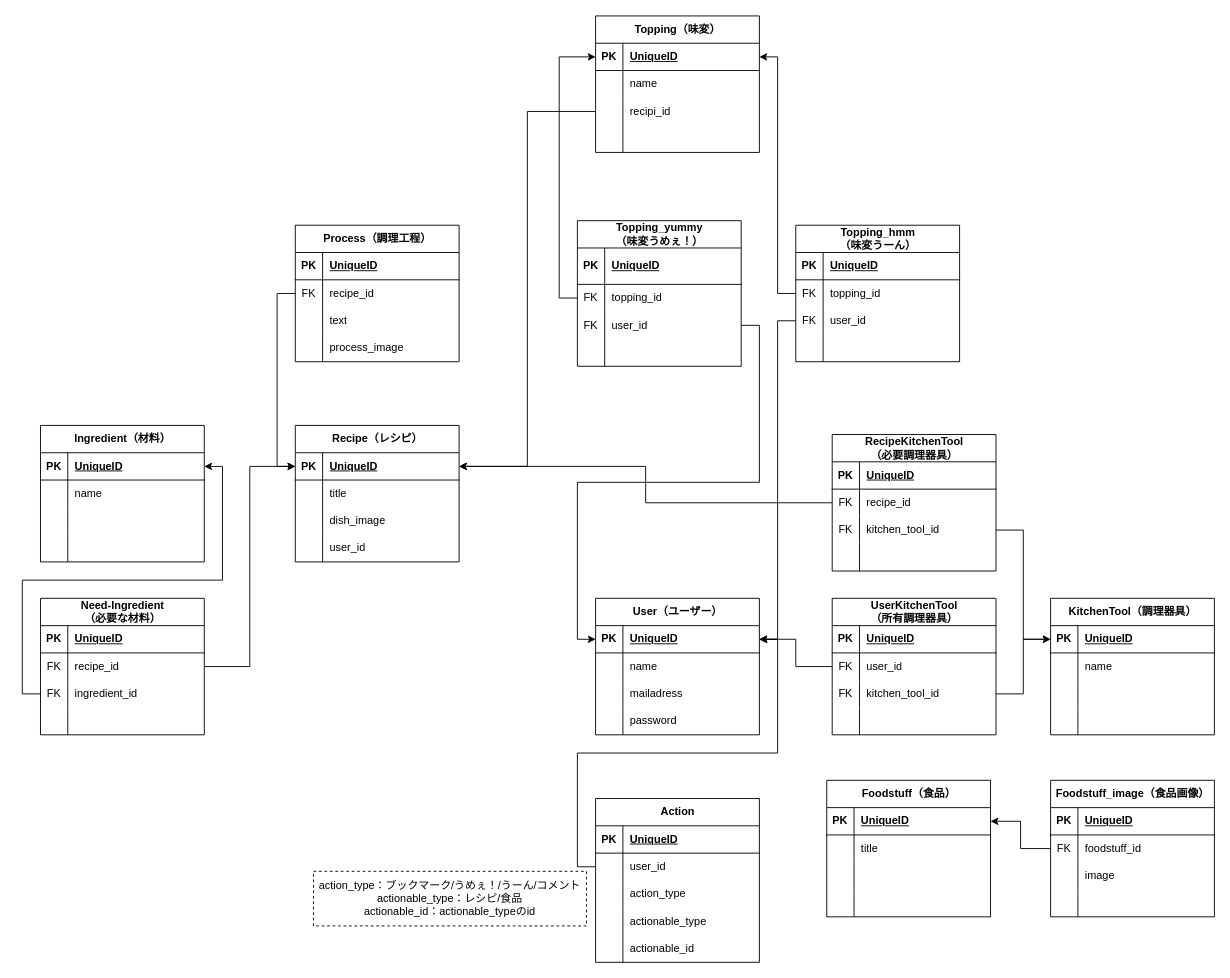
This is ER図プリモーフィック関連ver.drawio from ankoro-mochi24/portfolio, a draw.io file, before an edit. Source tidied: cells renumbered, new cells numbered last; positions are measured from the earlier drawing's top-left corner, leaving out a move shared by most shapes. Both pictures are drawn from the tidied source at 91%, with x=0, y=0 at pixel (40, 15).
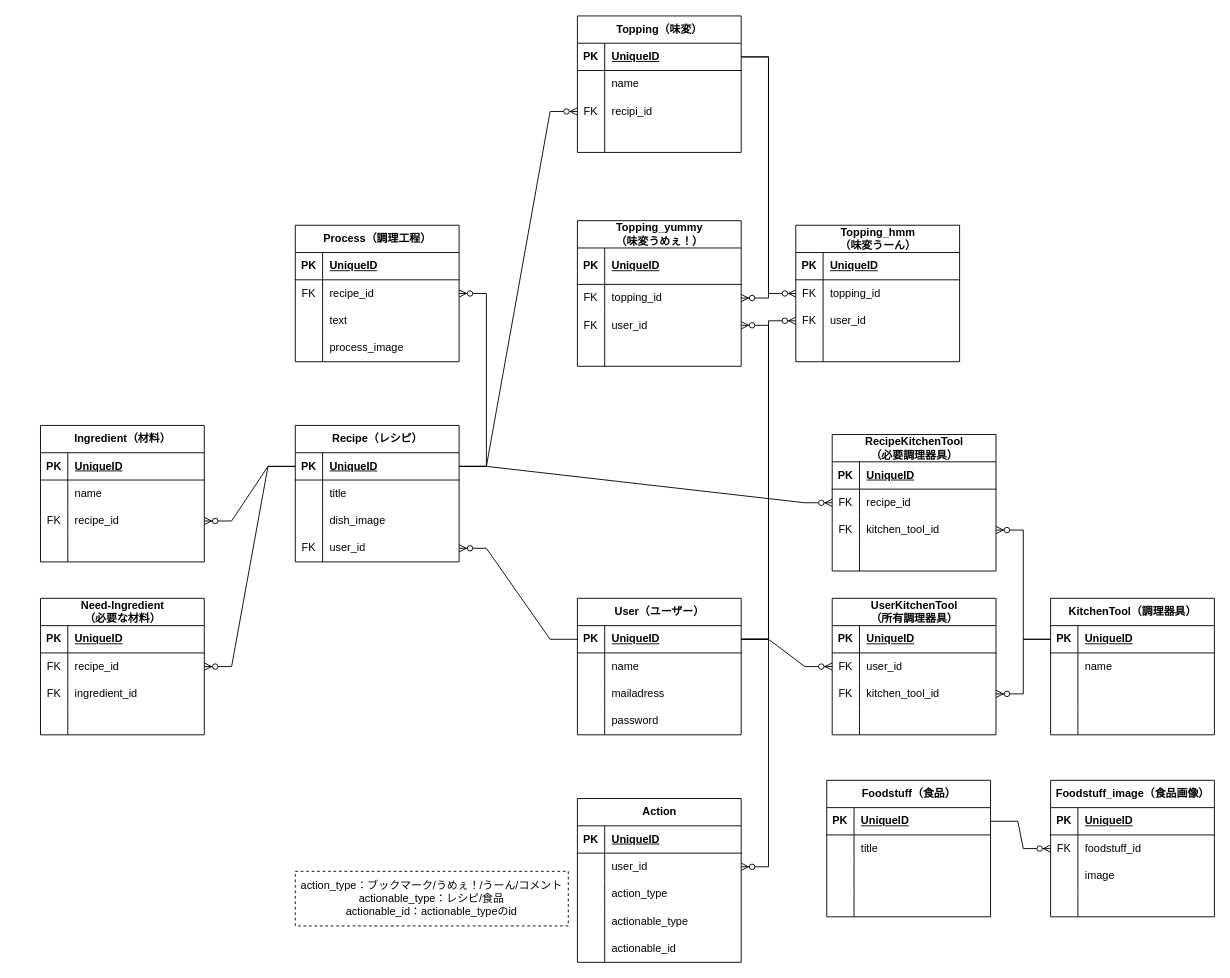
The same diagram, later.

Commit message (it also covers changes not shown here):
ER図リレーション+FK修正

The change refers to these unchanged cells:
```xml
<mxCell id="3" style="shape=tableRow;horizontal=0;startSize=0;swimlaneHead=0;swimlaneBody=0;fillColor=none;points=[[0,0.5],[1,0.5]];portConstraint=eastwest;top=0;left=0;right=0;bottom=1;" parent="2" vertex="1">
  <mxGeometry y="30" width="180" height="30" as="geometry" />
</mxCell>
<mxCell id="16" style="shape=tableRow;horizontal=0;startSize=0;swimlaneHead=0;swimlaneBody=0;fillColor=none;points=[[0,0.5],[1,0.5]];portConstraint=eastwest;top=0;left=0;right=0;bottom=1;" parent="15" vertex="1">
  <mxGeometry y="30" width="180" height="30" as="geometry" />
</mxCell>
<mxCell id="25" style="shape=tableRow;horizontal=0;startSize=0;swimlaneHead=0;swimlaneBody=0;fillColor=none;points=[[0,0.5],[1,0.5]];portConstraint=eastwest;top=0;left=0;right=0;bottom=0;" parent="15" vertex="1">
  <mxGeometry y="120" width="180" height="30" as="geometry" />
</mxCell>
<mxCell id="29" style="shape=tableRow;horizontal=0;startSize=0;swimlaneHead=0;swimlaneBody=0;fillColor=none;points=[[0,0.5],[1,0.5]];portConstraint=eastwest;top=0;left=0;right=0;bottom=1;" parent="28" vertex="1">
  <mxGeometry y="30" width="180" height="30" as="geometry" />
</mxCell>
<mxCell id="42" style="shape=tableRow;horizontal=0;startSize=0;swimlaneHead=0;swimlaneBody=0;fillColor=none;points=[[0,0.5],[1,0.5]];portConstraint=eastwest;top=0;left=0;right=0;bottom=1;" parent="41" vertex="1">
  <mxGeometry y="30" width="180" height="30" as="geometry" />
</mxCell>
<mxCell id="48" style="shape=tableRow;horizontal=0;startSize=0;swimlaneHead=0;swimlaneBody=0;fillColor=none;points=[[0,0.5],[1,0.5]];portConstraint=eastwest;top=0;left=0;right=0;bottom=0;" parent="41" vertex="1">
  <mxGeometry y="90" width="180" height="30" as="geometry" />
</mxCell>
<mxCell id="55" style="shape=tableRow;horizontal=0;startSize=0;swimlaneHead=0;swimlaneBody=0;fillColor=none;points=[[0,0.5],[1,0.5]];portConstraint=eastwest;top=0;left=0;right=0;bottom=1;" parent="54" vertex="1">
  <mxGeometry y="30" width="180" height="30" as="geometry" />
</mxCell>
<mxCell id="71" style="shape=tableRow;horizontal=0;startSize=0;swimlaneHead=0;swimlaneBody=0;fillColor=none;points=[[0,0.5],[1,0.5]];portConstraint=eastwest;top=0;left=0;right=0;bottom=0;" parent="67" vertex="1">
  <mxGeometry y="60" width="180" height="30" as="geometry" />
</mxCell>
<mxCell id="81" style="shape=tableRow;horizontal=0;startSize=0;swimlaneHead=0;swimlaneBody=0;fillColor=none;points=[[0,0.5],[1,0.5]];portConstraint=eastwest;top=0;left=0;right=0;bottom=1;" parent="80" vertex="1">
  <mxGeometry y="30" width="180" height="30" as="geometry" />
</mxCell>
<mxCell id="87" style="shape=tableRow;horizontal=0;startSize=0;swimlaneHead=0;swimlaneBody=0;fillColor=none;points=[[0,0.5],[1,0.5]];portConstraint=eastwest;top=0;left=0;right=0;bottom=0;" parent="80" vertex="1">
  <mxGeometry y="90" width="180" height="30" as="geometry" />
</mxCell>
<mxCell id="97" style="shape=tableRow;horizontal=0;startSize=0;swimlaneHead=0;swimlaneBody=0;fillColor=none;points=[[0,0.5],[1,0.5]];portConstraint=eastwest;top=0;left=0;right=0;bottom=0;" parent="93" vertex="1">
  <mxGeometry y="70" width="180" height="30" as="geometry" />
</mxCell>
<mxCell id="100" style="shape=tableRow;horizontal=0;startSize=0;swimlaneHead=0;swimlaneBody=0;fillColor=none;points=[[0,0.5],[1,0.5]];portConstraint=eastwest;top=0;left=0;right=0;bottom=0;" parent="93" vertex="1">
  <mxGeometry y="100" width="180" height="30" as="geometry" />
</mxCell>
<mxCell id="110" style="shape=tableRow;horizontal=0;startSize=0;swimlaneHead=0;swimlaneBody=0;fillColor=none;points=[[0,0.5],[1,0.5]];portConstraint=eastwest;top=0;left=0;right=0;bottom=0;" parent="106" vertex="1">
  <mxGeometry y="60" width="180" height="30" as="geometry" />
</mxCell>
<mxCell id="113" style="shape=tableRow;horizontal=0;startSize=0;swimlaneHead=0;swimlaneBody=0;fillColor=none;points=[[0,0.5],[1,0.5]];portConstraint=eastwest;top=0;left=0;right=0;bottom=0;" parent="106" vertex="1">
  <mxGeometry y="90" width="180" height="30" as="geometry" />
</mxCell>
<mxCell id="123" style="shape=tableRow;horizontal=0;startSize=0;swimlaneHead=0;swimlaneBody=0;fillColor=none;points=[[0,0.5],[1,0.5]];portConstraint=eastwest;top=0;left=0;right=0;bottom=0;" parent="119" vertex="1">
  <mxGeometry y="60" width="180" height="30" as="geometry" />
</mxCell>
<mxCell id="126" style="shape=tableRow;horizontal=0;startSize=0;swimlaneHead=0;swimlaneBody=0;fillColor=none;points=[[0,0.5],[1,0.5]];portConstraint=eastwest;top=0;left=0;right=0;bottom=0;" parent="119" vertex="1">
  <mxGeometry y="90" width="180" height="30" as="geometry" />
</mxCell>
<mxCell id="136" style="shape=tableRow;horizontal=0;startSize=0;swimlaneHead=0;swimlaneBody=0;fillColor=none;points=[[0,0.5],[1,0.5]];portConstraint=eastwest;top=0;left=0;right=0;bottom=0;" parent="132" vertex="1">
  <mxGeometry y="60" width="180" height="30" as="geometry" />
</mxCell>
<mxCell id="139" style="shape=tableRow;horizontal=0;startSize=0;swimlaneHead=0;swimlaneBody=0;fillColor=none;points=[[0,0.5],[1,0.5]];portConstraint=eastwest;top=0;left=0;right=0;bottom=0;" parent="132" vertex="1">
  <mxGeometry y="90" width="180" height="30" as="geometry" />
</mxCell>
<mxCell id="149" style="shape=tableRow;horizontal=0;startSize=0;swimlaneHead=0;swimlaneBody=0;fillColor=none;points=[[0,0.5],[1,0.5]];portConstraint=eastwest;top=0;left=0;right=0;bottom=0;" parent="145" vertex="1">
  <mxGeometry y="60" width="180" height="30" as="geometry" />
</mxCell>
<mxCell id="162" style="shape=tableRow;horizontal=0;startSize=0;swimlaneHead=0;swimlaneBody=0;fillColor=none;points=[[0,0.5],[1,0.5]];portConstraint=eastwest;top=0;left=0;right=0;bottom=0;" parent="158" vertex="1">
  <mxGeometry y="60" width="180" height="30" as="geometry" />
</mxCell>
<mxCell id="165" style="shape=tableRow;horizontal=0;startSize=0;swimlaneHead=0;swimlaneBody=0;fillColor=none;points=[[0,0.5],[1,0.5]];portConstraint=eastwest;top=0;left=0;right=0;bottom=0;" parent="158" vertex="1">
  <mxGeometry y="90" width="180" height="30" as="geometry" />
</mxCell>
<mxCell id="189" style="shape=tableRow;horizontal=0;startSize=0;swimlaneHead=0;swimlaneBody=0;fillColor=none;points=[[0,0.5],[1,0.5]];portConstraint=eastwest;top=0;left=0;right=0;bottom=0;" parent="185" vertex="1">
  <mxGeometry y="60" width="180" height="30" as="geometry" />
</mxCell>
```

Change to the diagram source:
```diff
@@
     <mxCell id="2" value="User（ユーザー）" style="shape=table;startSize=30;childLayout=tableLayout;rowLines=0;fontStyle=1;align=center;html=1;" parent="1" vertex="1">
-      <mxGeometry x="610" y="640" width="180" height="150" as="geometry" />
+      <mxGeometry x="590" y="640" width="180" height="150" as="geometry" />
     </mxCell>
@@
-    <mxCell id="26" style="shape=partialRectangle;fillColor=none;top=0;left=0;bottom=0;right=0;overflow=hidden;whiteSpace=wrap;html=1;" parent="25" vertex="1">
+    <mxCell id="26" value="FK" style="shape=partialRectangle;fillColor=none;top=0;left=0;bottom=0;right=0;overflow=hidden;whiteSpace=wrap;html=1;" parent="25" vertex="1">
       <mxGeometry width="30" height="30" as="geometry" />
     </mxCell>
@@
     <mxCell id="41" value="Topping（味変）" style="shape=table;startSize=30;childLayout=tableLayout;rowLines=0;fontStyle=1;align=center;html=1;" parent="1" vertex="1">
-      <mxGeometry x="610" width="180" height="150" as="geometry" />
+      <mxGeometry x="590" width="180" height="150" as="geometry" />
     </mxCell>
@@
-    <mxCell id="49" style="shape=partialRectangle;fillColor=none;top=0;left=0;bottom=0;right=0;overflow=hidden;whiteSpace=wrap;html=1;" parent="48" vertex="1">
+    <mxCell id="49" value="FK" style="shape=partialRectangle;fillColor=none;top=0;left=0;bottom=0;right=0;overflow=hidden;whiteSpace=wrap;html=1;" parent="48" vertex="1">
       <mxGeometry width="30" height="30" as="geometry" />
     </mxCell>
@@
-    <mxCell id="88" style="shape=partialRectangle;fillColor=none;top=0;left=0;bottom=0;right=0;overflow=hidden;whiteSpace=wrap;html=1;" parent="87" vertex="1">
+    <mxCell id="88" value="FK" style="shape=partialRectangle;fillColor=none;top=0;left=0;bottom=0;right=0;overflow=hidden;whiteSpace=wrap;html=1;" parent="87" vertex="1">
       <mxGeometry width="30" height="30" as="geometry" />
     </mxCell>
-    <mxCell id="89" style="shape=partialRectangle;fillColor=none;top=0;left=0;bottom=0;right=0;align=left;spacingLeft=6;overflow=hidden;whiteSpace=wrap;html=1;" parent="87" vertex="1">
+    <mxCell id="89" value="recipe_id" style="shape=partialRectangle;fillColor=none;top=0;left=0;bottom=0;right=0;align=left;spacingLeft=6;overflow=hidden;whiteSpace=wrap;html=1;" parent="87" vertex="1">
       <mxGeometry x="30" width="150" height="30" as="geometry" />
     </mxCell>
@@
-    <mxCell id="171" style="edgeStyle=orthogonalEdgeStyle;rounded=0;jettySize=auto;html=1;exitX=0;exitY=0.5;exitDx=0;exitDy=0;" parent="1" edge="1" source="123" target="3">
-      <mxGeometry relative="1" as="geometry" />
-    </mxCell>
-    <mxCell id="172" style="edgeStyle=orthogonalEdgeStyle;rounded=0;jettySize=auto;html=1;" parent="1" edge="1" source="126" target="55">
-      <mxGeometry relative="1" as="geometry" />
-    </mxCell>
-    <mxCell id="173" style="edgeStyle=orthogonalEdgeStyle;rounded=0;jettySize=auto;html=1;entryX=0;entryY=0.5;entryDx=0;entryDy=0;" parent="1" edge="1" source="139" target="55">
-      <mxGeometry relative="1" as="geometry" />
-    </mxCell>
-    <mxCell id="174" style="edgeStyle=orthogonalEdgeStyle;rounded=0;jettySize=auto;html=1;" parent="1" edge="1" source="136" target="16">
-      <mxGeometry relative="1" as="geometry" />
-    </mxCell>
-    <mxCell id="175" style="edgeStyle=orthogonalEdgeStyle;rounded=0;jettySize=auto;html=1;" parent="1" edge="1" source="165" target="81">
-      <mxGeometry relative="1" as="geometry" />
-    </mxCell>
-    <mxCell id="176" style="edgeStyle=orthogonalEdgeStyle;rounded=0;jettySize=auto;html=1;entryX=0;entryY=0.5;entryDx=0;entryDy=0;" parent="1" edge="1" source="162" target="16">
-      <mxGeometry relative="1" as="geometry" />
-    </mxCell>
-    <mxCell id="177" style="edgeStyle=orthogonalEdgeStyle;rounded=0;jettySize=auto;html=1;entryX=0;entryY=0.5;entryDx=0;entryDy=0;" parent="1" edge="1" source="71" target="16">
-      <mxGeometry relative="1" as="geometry" />
-    </mxCell>
-    <mxCell id="178" style="edgeStyle=orthogonalEdgeStyle;rounded=0;jettySize=auto;html=1;exitX=0;exitY=0.5;exitDx=0;exitDy=0;entryX=0;entryY=0.5;entryDx=0;entryDy=0;" parent="1" edge="1" source="97" target="42">
-      <mxGeometry relative="1" as="geometry" />
-    </mxCell>
-    <mxCell id="179" style="edgeStyle=orthogonalEdgeStyle;rounded=0;jettySize=auto;html=1;" parent="1" edge="1" source="100" target="3">
-      <mxGeometry relative="1" as="geometry" />
-    </mxCell>
-    <mxCell id="180" style="edgeStyle=orthogonalEdgeStyle;rounded=0;jettySize=auto;html=1;" parent="1" edge="1" source="113" target="3">
-      <mxGeometry relative="1" as="geometry" />
-    </mxCell>
-    <mxCell id="181" style="edgeStyle=orthogonalEdgeStyle;rounded=0;jettySize=auto;html=1;entryX=1;entryY=0.5;entryDx=0;entryDy=0;" parent="1" edge="1" source="110" target="42">
-      <mxGeometry relative="1" as="geometry" />
-    </mxCell>
-    <mxCell id="182" style="edgeStyle=orthogonalEdgeStyle;rounded=0;jettySize=auto;html=1;entryX=1;entryY=0.5;entryDx=0;entryDy=0;" parent="1" edge="1" source="48" target="16">
-      <mxGeometry relative="1" as="geometry" />
-    </mxCell>
-    <mxCell id="183" style="edgeStyle=orthogonalEdgeStyle;rounded=0;jettySize=auto;html=1;" parent="1" edge="1" source="149" target="29">
-      <mxGeometry relative="1" as="geometry" />
-    </mxCell>
     <mxCell id="184" style="group;" parent="1" vertex="1">
-      <mxGeometry x="300" y="860" width="490" height="180" as="geometry" />
+      <mxGeometry x="280" y="860" width="490" height="180" as="geometry" />
     </mxCell>
@@
-    <mxCell id="202" style="edgeStyle=orthogonalEdgeStyle;rounded=0;jettySize=auto;html=1;entryX=1;entryY=0.5;entryDx=0;entryDy=0;" parent="1" edge="1" source="189" target="3">
-      <mxGeometry relative="1" as="geometry" />
-    </mxCell>
+    <mxCell id="203" style="edgeStyle=entityRelationEdgeStyle;fontSize=12;html=1;endArrow=ERzeroToMany;endFill=1;rounded=0;entryX=1;entryY=0.5;entryDx=0;entryDy=0;" parent="1" edge="1" source="3" target="189">
+      <mxGeometry relative="1" as="geometry" />
+    </mxCell>
+    <mxCell id="204" style="edgeStyle=entityRelationEdgeStyle;fontSize=12;html=1;endArrow=ERzeroToMany;endFill=1;rounded=0;" parent="1" edge="1" source="29" target="149">
+      <mxGeometry relative="1" as="geometry" />
+    </mxCell>
+    <mxCell id="205" style="edgeStyle=entityRelationEdgeStyle;fontSize=12;html=1;endArrow=ERzeroToMany;endFill=1;rounded=0;exitX=1;exitY=0.5;exitDx=0;exitDy=0;" parent="1" edge="1" source="3" target="123">
+      <mxGeometry relative="1" as="geometry" />
+    </mxCell>
+    <mxCell id="206" style="edgeStyle=entityRelationEdgeStyle;fontSize=12;html=1;endArrow=ERzeroToMany;endFill=1;rounded=0;" parent="1" edge="1" source="55" target="126">
+      <mxGeometry relative="1" as="geometry">
+        <Array as="points">
+          <mxPoint x="1570" y="405" />
+          <mxPoint x="1160" y="560" />
+        </Array>
+      </mxGeometry>
+    </mxCell>
+    <mxCell id="207" style="edgeStyle=entityRelationEdgeStyle;fontSize=12;html=1;endArrow=ERzeroToMany;endFill=1;rounded=0;" parent="1" edge="1" source="55" target="139">
+      <mxGeometry relative="1" as="geometry">
+        <Array as="points">
+          <mxPoint x="1650" y="230" />
+          <mxPoint x="1240" y="385" />
+        </Array>
+      </mxGeometry>
+    </mxCell>
+    <mxCell id="208" style="edgeStyle=entityRelationEdgeStyle;fontSize=12;html=1;endArrow=ERzeroToMany;endFill=1;rounded=0;entryX=0;entryY=0.5;entryDx=0;entryDy=0;" parent="1" edge="1" source="16" target="136">
+      <mxGeometry relative="1" as="geometry">
+        <Array as="points">
+          <mxPoint x="1330" y="155" />
+          <mxPoint x="920" y="310" />
+        </Array>
+      </mxGeometry>
+    </mxCell>
+    <mxCell id="209" style="edgeStyle=entityRelationEdgeStyle;fontSize=12;html=1;endArrow=ERzeroToMany;endFill=1;rounded=0;entryX=1;entryY=0.5;entryDx=0;entryDy=0;" parent="1" edge="1" source="16" target="162">
+      <mxGeometry relative="1" as="geometry">
+        <Array as="points">
+          <mxPoint x="1070" y="280" />
+          <mxPoint x="660" y="435" />
+        </Array>
+      </mxGeometry>
+    </mxCell>
+    <mxCell id="210" style="edgeStyle=entityRelationEdgeStyle;fontSize=12;html=1;endArrow=ERzeroToMany;endFill=1;rounded=0;entryX=1;entryY=0.5;entryDx=0;entryDy=0;" parent="1" edge="1" source="16" target="87">
+      <mxGeometry relative="1" as="geometry">
+        <Array as="points">
+          <mxPoint x="1200" y="265" />
+          <mxPoint x="790" y="420" />
+        </Array>
+      </mxGeometry>
+    </mxCell>
+    <mxCell id="211" style="edgeStyle=entityRelationEdgeStyle;fontSize=12;html=1;endArrow=ERzeroToMany;endFill=1;rounded=0;" parent="1" edge="1" source="16" target="71">
+      <mxGeometry relative="1" as="geometry">
+        <Array as="points">
+          <mxPoint x="1370" y="380" />
+          <mxPoint x="960" y="535" />
+        </Array>
+      </mxGeometry>
+    </mxCell>
+    <mxCell id="212" style="edgeStyle=entityRelationEdgeStyle;fontSize=12;html=1;endArrow=ERzeroToMany;endFill=1;rounded=0;" parent="1" edge="1" source="16" target="48">
+      <mxGeometry relative="1" as="geometry">
+        <Array as="points">
+          <mxPoint x="1380" y="390" />
+          <mxPoint x="970" y="545" />
+          <mxPoint x="620" y="90" />
+        </Array>
+      </mxGeometry>
+    </mxCell>
+    <mxCell id="213" style="edgeStyle=entityRelationEdgeStyle;fontSize=12;html=1;endArrow=ERzeroToMany;endFill=1;rounded=0;" parent="1" edge="1" source="42" target="97">
+      <mxGeometry relative="1" as="geometry">
+        <Array as="points">
+          <mxPoint x="830" y="45" />
+          <mxPoint x="1690" y="155" />
+          <mxPoint x="1280" y="310" />
+          <mxPoint x="1220" y="-75" />
+          <mxPoint x="930" y="-145" />
+        </Array>
+      </mxGeometry>
+    </mxCell>
+    <mxCell id="214" style="edgeStyle=entityRelationEdgeStyle;fontSize=12;html=1;endArrow=ERzeroToMany;endFill=1;rounded=0;" parent="1" edge="1" source="42" target="110">
+      <mxGeometry relative="1" as="geometry">
+        <Array as="points">
+          <mxPoint x="840" y="55" />
+          <mxPoint x="1700" y="165" />
+          <mxPoint x="1290" y="320" />
+          <mxPoint x="1230" y="-65" />
+          <mxPoint x="940" y="-135" />
+        </Array>
+      </mxGeometry>
+    </mxCell>
+    <mxCell id="215" style="edgeStyle=entityRelationEdgeStyle;fontSize=12;html=1;endArrow=ERzeroToMany;endFill=1;rounded=0;" parent="1" edge="1" source="3" target="100">
+      <mxGeometry relative="1" as="geometry" />
+    </mxCell>
+    <mxCell id="216" style="edgeStyle=entityRelationEdgeStyle;fontSize=12;html=1;endArrow=ERzeroToMany;endFill=1;rounded=0;" parent="1" edge="1" source="3" target="113">
+      <mxGeometry relative="1" as="geometry" />
+    </mxCell>
+    <mxCell id="217" style="edgeStyle=entityRelationEdgeStyle;fontSize=12;html=1;endArrow=ERzeroToMany;endFill=1;rounded=0;" parent="1" edge="1" source="3" target="25">
+      <mxGeometry relative="1" as="geometry">
+        <Array as="points">
+          <mxPoint x="480" y="570" />
+        </Array>
+      </mxGeometry>
+    </mxCell>
```
